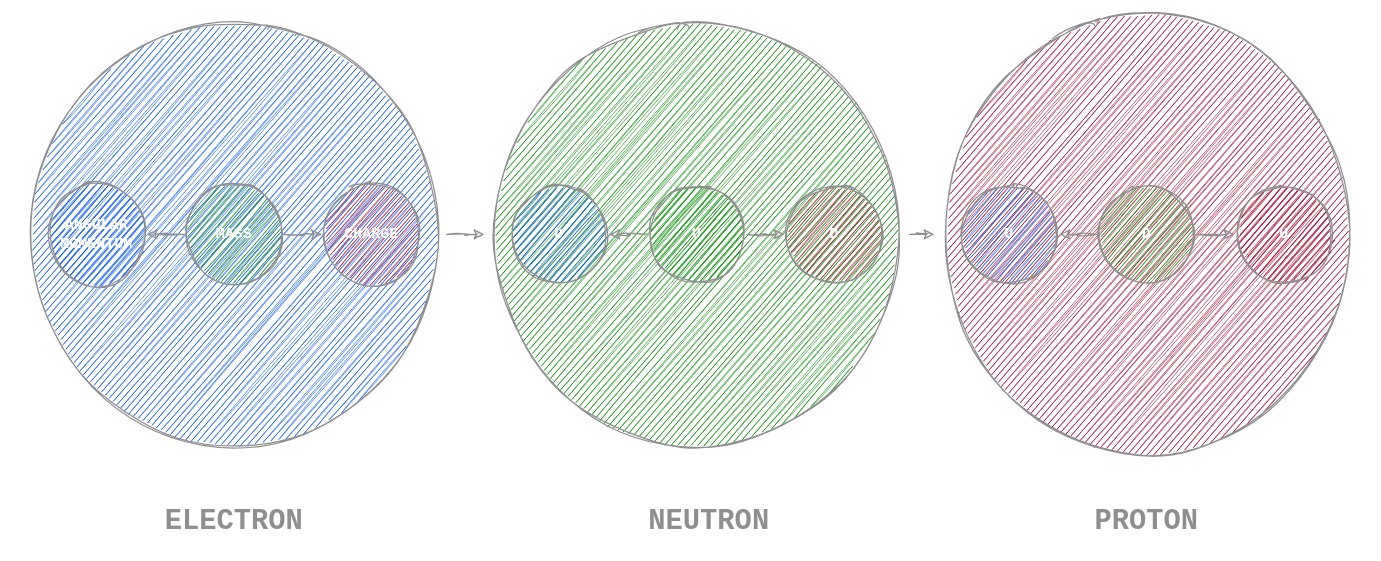
Above: page "0.0.4" (3 of 7) of 0. Introduction/Resources/The Theory/The Theory.drawio in hassanhabib/The-Standard (draw.io), before the change. Source tidied: cells renumbered, new cells numbered last; positions are measured from the earlier drawing's top-left corner, leaving out a move shared by most shapes. Both pictures are drawn from the tidied source at 125%, with x=0, y=0 at pixel (21, 21).
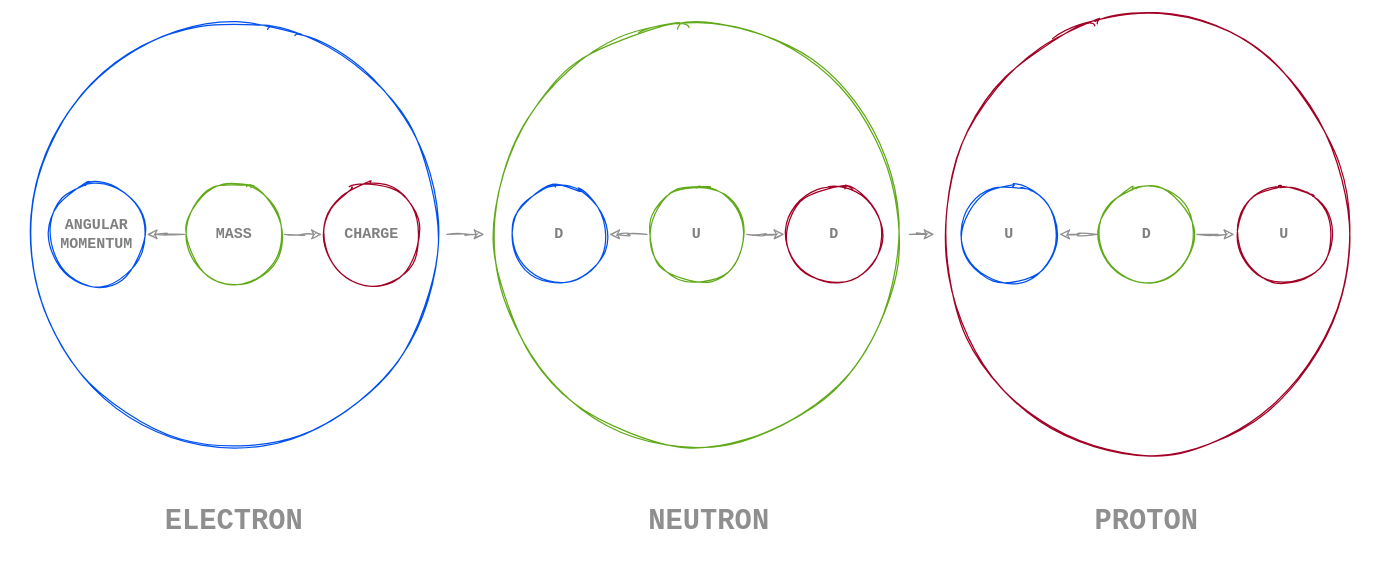
The same diagram, later.

Diff of the diagram source:
```diff
@@
-    <mxCell id="2" style="ellipse;whiteSpace=wrap;html=1;rounded=1;sketch=1;fillColor=#a20025;fontColor=#ffffff;strokeColor=#8F8F8F;fontFamily=Courier New;fontStyle=1;" parent="1" vertex="1">
+    <mxCell id="2" style="ellipse;whiteSpace=wrap;html=1;rounded=1;sketch=1;fillColor=none;fontColor=#ffffff;strokeColor=#A20025;fontFamily=Courier New;fontStyle=1;" parent="1" vertex="1">
       <mxGeometry x="730" width="340" height="340" as="geometry" />
     </mxCell>
@@
-    <mxCell id="5" value="D" style="ellipse;whiteSpace=wrap;html=1;sketch=1;rounded=1;fillColor=#008a00;fontColor=#ffffff;strokeColor=#8F8F8F;fontFamily=Courier New;fontStyle=1;" parent="1" vertex="1">
+    <mxCell id="5" value="D" style="ellipse;whiteSpace=wrap;html=1;sketch=1;rounded=1;fillColor=none;fontColor=#808080;strokeColor=#60A917;fontFamily=Courier New;fontStyle=1;" parent="1" vertex="1">
       <mxGeometry x="860" y="130" width="80" height="80" as="geometry" />
     </mxCell>
-    <mxCell id="6" value="U" style="ellipse;whiteSpace=wrap;html=1;sketch=1;rounded=1;fillColor=#a20025;fontColor=#ffffff;strokeColor=#8F8F8F;fontFamily=Courier New;fontStyle=1;" parent="1" vertex="1">
+    <mxCell id="6" value="U" style="ellipse;whiteSpace=wrap;html=1;sketch=1;rounded=1;fillColor=none;fontColor=#808080;strokeColor=#A20025;fontFamily=Courier New;fontStyle=1;" parent="1" vertex="1">
       <mxGeometry x="970" y="130" width="80" height="80" as="geometry" />
     </mxCell>
-    <mxCell id="7" value="U" style="ellipse;whiteSpace=wrap;html=1;sketch=1;rounded=1;fillColor=#0050ef;fontColor=#ffffff;strokeColor=#8F8F8F;fontFamily=Courier New;fontStyle=1;" parent="1" vertex="1">
+    <mxCell id="7" value="U" style="ellipse;whiteSpace=wrap;html=1;sketch=1;rounded=1;fillColor=none;fontColor=#808080;strokeColor=#0050EF;fontFamily=Courier New;fontStyle=1;" parent="1" vertex="1">
       <mxGeometry x="750" y="130" width="80" height="80" as="geometry" />
     </mxCell>
@@
-    <mxCell id="9" style="ellipse;whiteSpace=wrap;html=1;rounded=1;sketch=1;fillColor=#008a00;fontColor=#ffffff;strokeColor=#8F8F8F;fontFamily=Courier New;fontStyle=1;" parent="1" vertex="1">
+    <mxCell id="9" style="ellipse;whiteSpace=wrap;html=1;rounded=1;sketch=1;fillColor=none;fontColor=#ffffff;strokeColor=#60A917;fontFamily=Courier New;fontStyle=1;" parent="1" vertex="1">
       <mxGeometry x="370" width="340" height="340" as="geometry" />
     </mxCell>
@@
-    <mxCell id="12" value="U" style="ellipse;whiteSpace=wrap;html=1;sketch=1;rounded=1;fillColor=#008a00;fontColor=#ffffff;strokeColor=#8F8F8F;fontFamily=Courier New;fontStyle=1;" parent="1" vertex="1">
+    <mxCell id="12" value="U" style="ellipse;whiteSpace=wrap;html=1;sketch=1;rounded=1;fillColor=none;fontColor=#808080;strokeColor=#60A917;fontFamily=Courier New;fontStyle=1;" parent="1" vertex="1">
       <mxGeometry x="500" y="130" width="80" height="80" as="geometry" />
     </mxCell>
-    <mxCell id="13" value="D" style="ellipse;whiteSpace=wrap;html=1;sketch=1;rounded=1;fillColor=#a20025;fontColor=#ffffff;strokeColor=#8F8F8F;fontFamily=Courier New;fontStyle=1;" parent="1" vertex="1">
+    <mxCell id="13" value="D" style="ellipse;whiteSpace=wrap;html=1;sketch=1;rounded=1;fillColor=none;fontColor=#808080;strokeColor=#A20025;fontFamily=Courier New;fontStyle=1;" parent="1" vertex="1">
       <mxGeometry x="610" y="130" width="80" height="80" as="geometry" />
     </mxCell>
-    <mxCell id="14" value="D" style="ellipse;whiteSpace=wrap;html=1;sketch=1;rounded=1;fillColor=#0050ef;fontColor=#ffffff;strokeColor=#8F8F8F;fontFamily=Courier New;fontStyle=1;" parent="1" vertex="1">
+    <mxCell id="14" value="D" style="ellipse;whiteSpace=wrap;html=1;sketch=1;rounded=1;fillColor=none;fontColor=#808080;strokeColor=#0050EF;fontFamily=Courier New;fontStyle=1;" parent="1" vertex="1">
       <mxGeometry x="390" y="130" width="80" height="80" as="geometry" />
     </mxCell>
@@
-    <mxCell id="16" style="ellipse;whiteSpace=wrap;html=1;rounded=1;sketch=1;fillColor=#0050ef;fontColor=#ffffff;strokeColor=#8F8F8F;fontFamily=Courier New;fontStyle=1;" parent="1" vertex="1">
+    <mxCell id="16" style="ellipse;whiteSpace=wrap;html=1;rounded=1;sketch=1;fillColor=none;fontColor=#ffffff;strokeColor=#0050EF;fontFamily=Courier New;fontStyle=1;" parent="1" vertex="1">
       <mxGeometry width="340" height="340" as="geometry" />
     </mxCell>
@@
-    <mxCell id="22" value="MASS" style="ellipse;whiteSpace=wrap;html=1;sketch=1;rounded=1;fillColor=#008a00;fontColor=#ffffff;strokeColor=#8F8F8F;fontFamily=Courier New;fontStyle=1;" parent="1" vertex="1">
+    <mxCell id="22" value="&lt;font color=&quot;#808080&quot;&gt;MASS&lt;/font&gt;" style="ellipse;whiteSpace=wrap;html=1;sketch=1;rounded=1;fillColor=none;fontColor=#ffffff;strokeColor=#60A917;fontFamily=Courier New;fontStyle=1;" parent="1" vertex="1">
       <mxGeometry x="130" y="130" width="80" height="80" as="geometry" />
     </mxCell>
-    <mxCell id="23" value="CHARGE" style="ellipse;whiteSpace=wrap;html=1;sketch=1;rounded=1;fillColor=#a20025;fontColor=#ffffff;strokeColor=#8F8F8F;fontFamily=Courier New;fontStyle=1;" parent="1" vertex="1">
+    <mxCell id="23" value="&lt;font color=&quot;#808080&quot;&gt;CHARGE&lt;/font&gt;" style="ellipse;whiteSpace=wrap;html=1;sketch=1;rounded=1;fillColor=none;fontColor=#ffffff;strokeColor=#A20025;fontFamily=Courier New;fontStyle=1;" parent="1" vertex="1">
       <mxGeometry x="240" y="130" width="80" height="80" as="geometry" />
     </mxCell>
-    <mxCell id="24" value="ANGULAR MOMENTUM" style="ellipse;whiteSpace=wrap;html=1;sketch=1;rounded=1;fillColor=#0050ef;fontColor=#ffffff;strokeColor=#8F8F8F;fontFamily=Courier New;fontStyle=1;" parent="1" vertex="1">
+    <mxCell id="24" value="&lt;font color=&quot;#808080&quot;&gt;ANGULAR MOMENTUM&lt;/font&gt;" style="ellipse;whiteSpace=wrap;html=1;sketch=1;rounded=1;fillColor=none;fontColor=#ffffff;strokeColor=#0050EF;fontFamily=Courier New;fontStyle=1;" parent="1" vertex="1">
       <mxGeometry x="20" y="130" width="80" height="80" as="geometry" />
     </mxCell>
```
